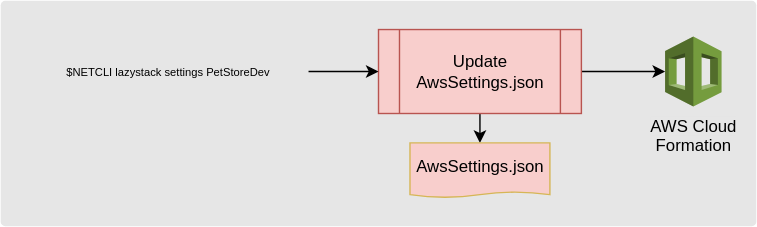
Above: docs/assets/img/LazyStackAwsSettings.svg in InSciCo/InSciCo (draw.io), before the change. Source tidied: cells renumbered, new cells last; positions are measured from the earlier drawing's top-left corner, leaving out a move shared by most shapes.
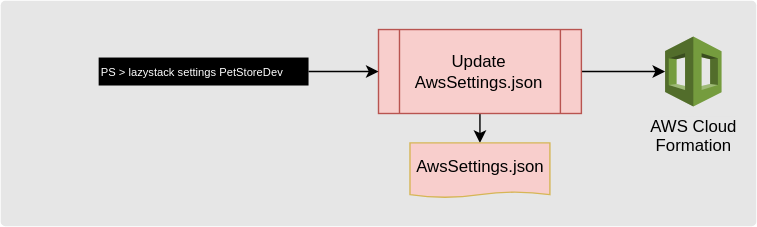
The same diagram one commit later.

Diff of the diagram source:
```diff
@@ -23,8 +23,8 @@
     <mxCell id="8" value="AwsSettings.json" style="shape=document;whiteSpace=wrap;html=1;boundedLbl=1;strokeColor=#d6b656;size=0.10256410256410256;labelBackgroundColor=none;fillColor=#F8CECC;" parent="1" vertex="1">
       <mxGeometry x="292.5" y="101.5" width="100" height="39" as="geometry" />
     </mxCell>
-    <mxCell id="9" value="$NETCLI lazystack settings PetStoreDev" style="text;html=1;strokeColor=none;fillColor=none;align=center;verticalAlign=middle;whiteSpace=wrap;rounded=0;labelBackgroundColor=none;fontSize=8;" parent="1" vertex="1">
-      <mxGeometry x="20" y="40.5" width="200" height="20" as="geometry" />
+    <mxCell id="9" value="PS &amp;gt; lazystack settings PetStoreDev" style="text;html=1;strokeColor=none;align=left;verticalAlign=middle;whiteSpace=wrap;rounded=0;labelBackgroundColor=none;fontSize=8;fillColor=#000000;fontColor=#FFFFFF;" parent="1" vertex="1">
+      <mxGeometry x="70" y="40.5" width="150" height="20" as="geometry" />
     </mxCell>
   </root>
 </mxGraphModel>
```
